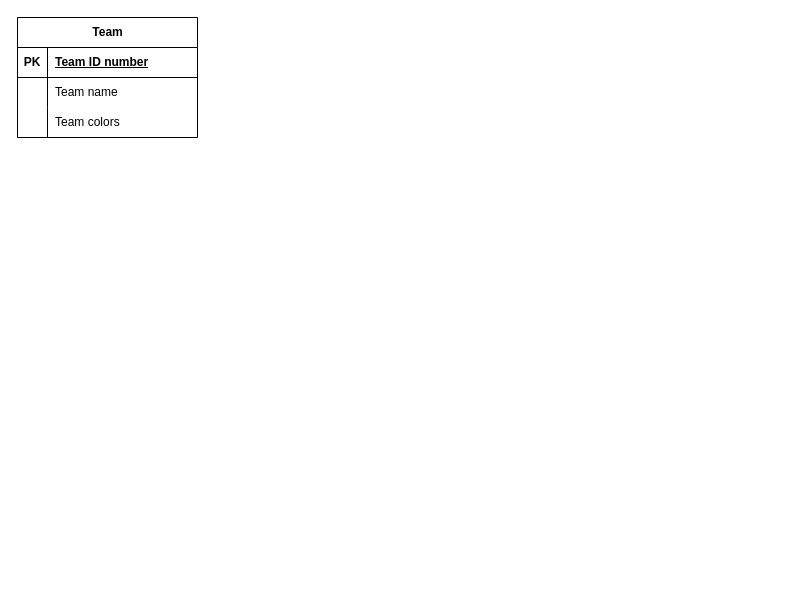
The draw.io diagram assignment.drawio in ntando205/First_repo, before the edit. Source tidied: cells renumbered, new cells numbered last; positions are measured from the earlier drawing's top-left corner, leaving out a move shared by most shapes. Both pictures are drawn from the tidied source at 100%, with x=0, y=0 at pixel (17, 17).
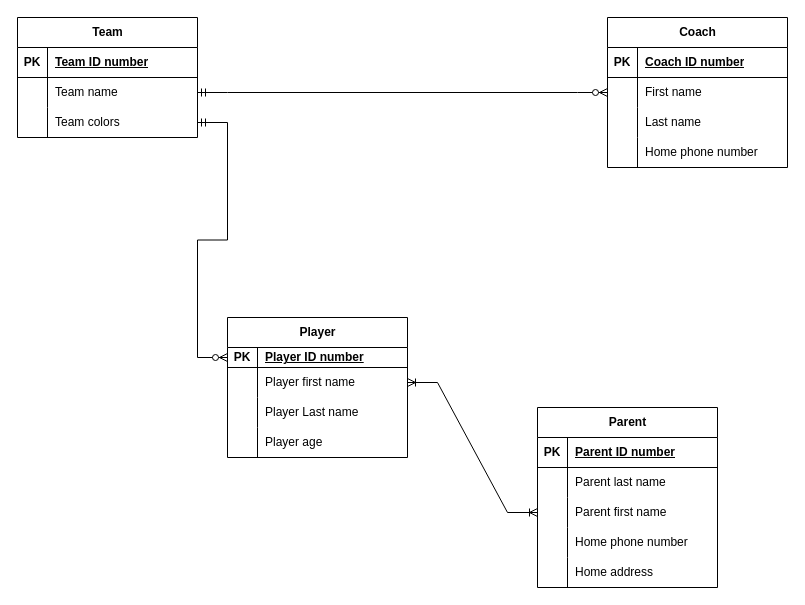
The same page after the edit.

The change refers to these unchanged cells:
```xml
<mxCell id="6" style="shape=tableRow;horizontal=0;startSize=0;swimlaneHead=0;swimlaneBody=0;fillColor=none;points=[[0,0.5],[1,0.5]];portConstraint=eastwest;top=0;left=0;right=0;bottom=0;" parent="2" vertex="1">
  <mxGeometry y="60" width="180" height="30" as="geometry" />
</mxCell>
<mxCell id="9" style="shape=tableRow;horizontal=0;startSize=0;swimlaneHead=0;swimlaneBody=0;fillColor=none;points=[[0,0.5],[1,0.5]];portConstraint=eastwest;top=0;left=0;right=0;bottom=0;" parent="2" vertex="1">
  <mxGeometry y="90" width="180" height="30" as="geometry" />
</mxCell>
```

Diff of the diagram source:
```diff
@@
+    <mxCell id="12" style="edgeStyle=entityRelationEdgeStyle;fontSize=12;html=1;endArrow=ERzeroToMany;startArrow=ERmandOne;rounded=0;exitX=1;exitY=0.5;exitDx=0;exitDy=0;" parent="1" edge="1" source="9" target="14">
+      <mxGeometry relative="1" as="geometry">
+        <Array as="points">
+          <mxPoint x="60" y="190" />
+        </Array>
+      </mxGeometry>
+    </mxCell>
@@
+    <mxCell id="13" value="Player" style="shape=table;startSize=30;childLayout=tableLayout;rowLines=0;fontStyle=1;align=center;html=1;" parent="1" vertex="1">
+      <mxGeometry x="210" y="300" width="180" height="140" as="geometry" />
+    </mxCell>
+    <mxCell id="14" style="shape=tableRow;horizontal=0;startSize=0;swimlaneHead=0;swimlaneBody=0;fillColor=none;points=[[0,0.5],[1,0.5]];portConstraint=eastwest;top=0;left=0;right=0;bottom=1;" parent="13" vertex="1">
+      <mxGeometry y="30" width="180" height="20" as="geometry" />
+    </mxCell>
+    <mxCell id="15" value="PK" style="shape=partialRectangle;fillColor=none;top=0;left=0;bottom=0;right=0;fontStyle=1;overflow=hidden;whiteSpace=wrap;html=1;" parent="14" vertex="1">
+      <mxGeometry width="30" height="20" as="geometry" />
+    </mxCell>
+    <mxCell id="16" value="Player ID number" style="shape=partialRectangle;fillColor=none;top=0;left=0;bottom=0;right=0;align=left;spacingLeft=6;fontStyle=5;overflow=hidden;whiteSpace=wrap;html=1;" parent="14" vertex="1">
+      <mxGeometry x="30" width="150" height="20" as="geometry" />
+    </mxCell>
+    <mxCell id="17" style="shape=tableRow;horizontal=0;startSize=0;swimlaneHead=0;swimlaneBody=0;fillColor=none;points=[[0,0.5],[1,0.5]];portConstraint=eastwest;top=0;left=0;right=0;bottom=0;" parent="13" vertex="1">
+      <mxGeometry y="50" width="180" height="30" as="geometry" />
+    </mxCell>
+    <mxCell id="18" style="shape=partialRectangle;fillColor=none;top=0;left=0;bottom=0;right=0;overflow=hidden;whiteSpace=wrap;html=1;" parent="17" vertex="1">
+      <mxGeometry width="30" height="30" as="geometry" />
+    </mxCell>
+    <mxCell id="19" value="Player first name" style="shape=partialRectangle;fillColor=none;top=0;left=0;bottom=0;right=0;align=left;spacingLeft=6;overflow=hidden;whiteSpace=wrap;html=1;" parent="17" vertex="1">
+      <mxGeometry x="30" width="150" height="30" as="geometry" />
+    </mxCell>
+    <mxCell id="20" style="shape=tableRow;horizontal=0;startSize=0;swimlaneHead=0;swimlaneBody=0;fillColor=none;top=0;left=0;right=0;bottom=0;" parent="13" vertex="1">
+      <mxGeometry y="80" width="180" height="30" as="geometry" />
+    </mxCell>
+    <mxCell id="21" style="shape=partialRectangle;fillColor=none;top=0;left=0;bottom=0;right=0;overflow=hidden;whiteSpace=wrap;html=1;" parent="20" vertex="1">
+      <mxGeometry width="30" height="30" as="geometry" />
+    </mxCell>
+    <mxCell id="22" value="Player Last name" style="shape=partialRectangle;fillColor=none;top=0;left=0;bottom=0;right=0;align=left;spacingLeft=6;overflow=hidden;whiteSpace=wrap;html=1;" parent="20" vertex="1">
+      <mxGeometry x="30" width="150" height="30" as="geometry" />
+    </mxCell>
+    <mxCell id="23" style="shape=tableRow;horizontal=0;startSize=0;swimlaneHead=0;swimlaneBody=0;fillColor=none;top=0;left=0;right=0;bottom=0;" parent="13" vertex="1">
+      <mxGeometry y="110" width="180" height="30" as="geometry" />
+    </mxCell>
+    <mxCell id="24" style="shape=partialRectangle;fillColor=none;top=0;left=0;bottom=0;right=0;overflow=hidden;whiteSpace=wrap;html=1;" parent="23" vertex="1">
+      <mxGeometry width="30" height="30" as="geometry" />
+    </mxCell>
+    <mxCell id="25" value="Player age" style="shape=partialRectangle;fillColor=none;top=0;left=0;bottom=0;right=0;align=left;spacingLeft=6;overflow=hidden;whiteSpace=wrap;html=1;" parent="23" vertex="1">
+      <mxGeometry x="30" width="150" height="30" as="geometry" />
+    </mxCell>
+    <mxCell id="26" value="Parent" style="shape=table;startSize=30;childLayout=tableLayout;rowLines=0;fontStyle=1;align=center;html=1;" parent="1" vertex="1">
+      <mxGeometry x="520" y="390" width="180" height="180" as="geometry" />
+    </mxCell>
+    <mxCell id="27" style="shape=tableRow;horizontal=0;startSize=0;swimlaneHead=0;swimlaneBody=0;fillColor=none;top=0;left=0;right=0;bottom=1;" parent="26" vertex="1">
+      <mxGeometry y="30" width="180" height="30" as="geometry" />
+    </mxCell>
+    <mxCell id="28" value="PK" style="shape=partialRectangle;fillColor=none;top=0;left=0;bottom=0;right=0;fontStyle=1;overflow=hidden;whiteSpace=wrap;html=1;" parent="27" vertex="1">
+      <mxGeometry width="30" height="30" as="geometry" />
+    </mxCell>
+    <mxCell id="29" value="Parent ID number" style="shape=partialRectangle;fillColor=none;top=0;left=0;bottom=0;right=0;align=left;spacingLeft=6;fontStyle=5;overflow=hidden;whiteSpace=wrap;html=1;" parent="27" vertex="1">
+      <mxGeometry x="30" width="150" height="30" as="geometry" />
+    </mxCell>
+    <mxCell id="30" style="shape=tableRow;horizontal=0;startSize=0;swimlaneHead=0;swimlaneBody=0;fillColor=none;top=0;left=0;right=0;bottom=0;" parent="26" vertex="1">
+      <mxGeometry y="60" width="180" height="30" as="geometry" />
+    </mxCell>
+    <mxCell id="31" style="shape=partialRectangle;fillColor=none;top=0;left=0;bottom=0;right=0;overflow=hidden;whiteSpace=wrap;html=1;" parent="30" vertex="1">
+      <mxGeometry width="30" height="30" as="geometry" />
+    </mxCell>
+    <mxCell id="32" value="Parent last name" style="shape=partialRectangle;fillColor=none;top=0;left=0;bottom=0;right=0;align=left;spacingLeft=6;overflow=hidden;whiteSpace=wrap;html=1;" parent="30" vertex="1">
+      <mxGeometry x="30" width="150" height="30" as="geometry" />
+    </mxCell>
+    <mxCell id="33" style="shape=tableRow;horizontal=0;startSize=0;swimlaneHead=0;swimlaneBody=0;fillColor=none;points=[[0,0.5],[1,0.5]];portConstraint=eastwest;top=0;left=0;right=0;bottom=0;" parent="26" vertex="1">
+      <mxGeometry y="90" width="180" height="30" as="geometry" />
+    </mxCell>
+    <mxCell id="34" style="shape=partialRectangle;fillColor=none;top=0;left=0;bottom=0;right=0;overflow=hidden;whiteSpace=wrap;html=1;" parent="33" vertex="1">
+      <mxGeometry width="30" height="30" as="geometry" />
+    </mxCell>
+    <mxCell id="35" value="Parent first name" style="shape=partialRectangle;fillColor=none;top=0;left=0;bottom=0;right=0;align=left;spacingLeft=6;overflow=hidden;whiteSpace=wrap;html=1;" parent="33" vertex="1">
+      <mxGeometry x="30" width="150" height="30" as="geometry" />
+    </mxCell>
+    <mxCell id="36" style="shape=tableRow;horizontal=0;startSize=0;swimlaneHead=0;swimlaneBody=0;fillColor=none;top=0;left=0;right=0;bottom=0;" parent="26" vertex="1">
+      <mxGeometry y="120" width="180" height="30" as="geometry" />
+    </mxCell>
+    <mxCell id="37" style="shape=partialRectangle;fillColor=none;top=0;left=0;bottom=0;right=0;overflow=hidden;whiteSpace=wrap;html=1;" parent="36" vertex="1">
+      <mxGeometry width="30" height="30" as="geometry" />
+    </mxCell>
+    <mxCell id="38" value="Home phone number" style="shape=partialRectangle;fillColor=none;top=0;left=0;bottom=0;right=0;align=left;spacingLeft=6;overflow=hidden;whiteSpace=wrap;html=1;" parent="36" vertex="1">
+      <mxGeometry x="30" width="150" height="30" as="geometry" />
+    </mxCell>
+    <mxCell id="39" style="shape=tableRow;horizontal=0;startSize=0;swimlaneHead=0;swimlaneBody=0;fillColor=none;top=0;left=0;right=0;bottom=0;" parent="26" vertex="1">
+      <mxGeometry y="150" width="180" height="30" as="geometry" />
+    </mxCell>
+    <mxCell id="40" style="shape=partialRectangle;fillColor=none;top=0;left=0;bottom=0;right=0;overflow=hidden;whiteSpace=wrap;html=1;" parent="39" vertex="1">
+      <mxGeometry width="30" height="30" as="geometry" />
+    </mxCell>
+    <mxCell id="41" value="Home address" style="shape=partialRectangle;fillColor=none;top=0;left=0;bottom=0;right=0;align=left;spacingLeft=6;overflow=hidden;whiteSpace=wrap;html=1;" parent="39" vertex="1">
+      <mxGeometry x="30" width="150" height="30" as="geometry" />
+    </mxCell>
+    <mxCell id="42" value="Coach" style="shape=table;startSize=30;childLayout=tableLayout;rowLines=0;fontStyle=1;align=center;html=1;" parent="1" vertex="1">
+      <mxGeometry x="590" width="180" height="150" as="geometry" />
+    </mxCell>
+    <mxCell id="43" style="shape=tableRow;horizontal=0;startSize=0;swimlaneHead=0;swimlaneBody=0;fillColor=none;top=0;left=0;right=0;bottom=1;" parent="42" vertex="1">
+      <mxGeometry y="30" width="180" height="30" as="geometry" />
+    </mxCell>
+    <mxCell id="44" value="PK" style="shape=partialRectangle;fillColor=none;top=0;left=0;bottom=0;right=0;fontStyle=1;overflow=hidden;whiteSpace=wrap;html=1;" parent="43" vertex="1">
+      <mxGeometry width="30" height="30" as="geometry" />
+    </mxCell>
+    <mxCell id="45" value="Coach ID number" style="shape=partialRectangle;fillColor=none;top=0;left=0;bottom=0;right=0;align=left;spacingLeft=6;fontStyle=5;overflow=hidden;whiteSpace=wrap;html=1;" parent="43" vertex="1">
+      <mxGeometry x="30" width="150" height="30" as="geometry" />
+    </mxCell>
+    <mxCell id="46" style="shape=tableRow;horizontal=0;startSize=0;swimlaneHead=0;swimlaneBody=0;fillColor=none;points=[[0,0.5],[1,0.5]];portConstraint=eastwest;top=0;left=0;right=0;bottom=0;" parent="42" vertex="1">
+      <mxGeometry y="60" width="180" height="30" as="geometry" />
+    </mxCell>
+    <mxCell id="47" style="shape=partialRectangle;fillColor=none;top=0;left=0;bottom=0;right=0;overflow=hidden;whiteSpace=wrap;html=1;" parent="46" vertex="1">
+      <mxGeometry width="30" height="30" as="geometry" />
+    </mxCell>
+    <mxCell id="48" value="First name" style="shape=partialRectangle;fillColor=none;top=0;left=0;bottom=0;right=0;align=left;spacingLeft=6;overflow=hidden;whiteSpace=wrap;html=1;" parent="46" vertex="1">
+      <mxGeometry x="30" width="150" height="30" as="geometry" />
+    </mxCell>
+    <mxCell id="49" style="shape=tableRow;horizontal=0;startSize=0;swimlaneHead=0;swimlaneBody=0;fillColor=none;top=0;left=0;right=0;bottom=0;" parent="42" vertex="1">
+      <mxGeometry y="90" width="180" height="30" as="geometry" />
+    </mxCell>
+    <mxCell id="50" style="shape=partialRectangle;fillColor=none;top=0;left=0;bottom=0;right=0;overflow=hidden;whiteSpace=wrap;html=1;" parent="49" vertex="1">
+      <mxGeometry width="30" height="30" as="geometry" />
+    </mxCell>
+    <mxCell id="51" value="Last name" style="shape=partialRectangle;fillColor=none;top=0;left=0;bottom=0;right=0;align=left;spacingLeft=6;overflow=hidden;whiteSpace=wrap;html=1;" parent="49" vertex="1">
+      <mxGeometry x="30" width="150" height="30" as="geometry" />
+    </mxCell>
+    <mxCell id="52" style="shape=tableRow;horizontal=0;startSize=0;swimlaneHead=0;swimlaneBody=0;fillColor=none;top=0;left=0;right=0;bottom=0;" parent="42" vertex="1">
+      <mxGeometry y="120" width="180" height="30" as="geometry" />
+    </mxCell>
+    <mxCell id="53" style="shape=partialRectangle;fillColor=none;top=0;left=0;bottom=0;right=0;overflow=hidden;whiteSpace=wrap;html=1;" parent="52" vertex="1">
+      <mxGeometry width="30" height="30" as="geometry" />
+    </mxCell>
+    <mxCell id="54" value="Home phone number" style="shape=partialRectangle;fillColor=none;top=0;left=0;bottom=0;right=0;align=left;spacingLeft=6;overflow=hidden;whiteSpace=wrap;html=1;" parent="52" vertex="1">
+      <mxGeometry x="30" width="150" height="30" as="geometry" />
+    </mxCell>
+    <mxCell id="55" style="edgeStyle=entityRelationEdgeStyle;fontSize=12;html=1;endArrow=ERzeroToMany;startArrow=ERmandOne;rounded=0;exitX=1;exitY=0.5;exitDx=0;exitDy=0;entryX=0;entryY=0.5;entryDx=0;entryDy=0;" parent="1" edge="1" source="6" target="46">
+      <mxGeometry relative="1" as="geometry" />
+    </mxCell>
+    <mxCell id="56" style="edgeStyle=entityRelationEdgeStyle;fontSize=12;html=1;endArrow=ERoneToMany;startArrow=ERoneToMany;rounded=0;entryX=0;entryY=0.5;entryDx=0;entryDy=0;exitX=1;exitY=0.5;exitDx=0;exitDy=0;" parent="1" edge="1" source="17" target="33">
+      <mxGeometry relative="1" as="geometry">
+        <Array as="points">
+          <mxPoint x="360" y="520" />
+          <mxPoint x="390" y="470" />
+        </Array>
+      </mxGeometry>
+    </mxCell>
```
